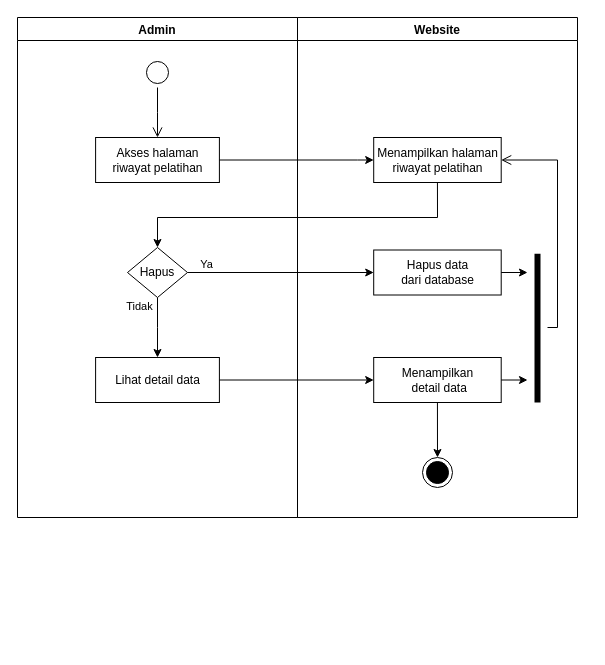
Above: Dokumen TA/Diagram/activity_diagram/admin/admin riwayat pelatihan.drawio in secondline16/ptsuryasafetynusantara (draw.io), before the change. Source tidied: cells renumbered, new cells numbered last; positions are measured from the earlier drawing's top-left corner, leaving out a move shared by most shapes. Both pictures are drawn from the tidied source at 100%, with x=0, y=0 at pixel (17, 17).
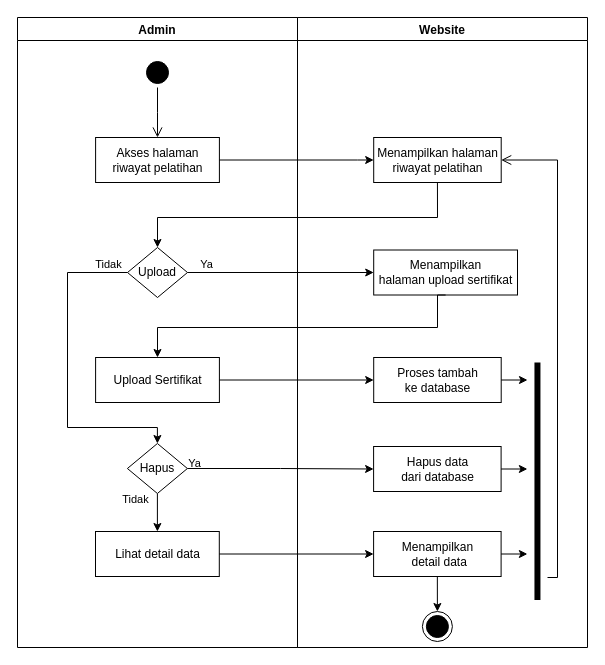
Above is the later version.

The change refers to these unchanged cells:
```xml
<mxCell id="3" value="Menampilkan halaman&lt;br&gt;riwayat pelatihan" style="html=1;strokeColor=#000000;fillColor=default;" parent="2" vertex="1">
  <mxGeometry x="76.2" y="120" width="127.5" height="45" as="geometry" />
</mxCell>
<mxCell id="20" style="edgeStyle=orthogonalEdgeStyle;rounded=0;jettySize=auto;html=1;exitX=1;exitY=0.5;exitDx=0;exitDy=0;entryX=0;entryY=0.5;entryDx=0;entryDy=0;" parent="1" edge="1" source="15" target="5">
  <mxGeometry relative="1" as="geometry" />
</mxCell>
```

Diff of the diagram source:
```diff
@@
     <mxCell id="2" value="Website" style="swimlane;fillColor=none;" parent="1" vertex="1">
-      <mxGeometry x="280" width="280" height="500" as="geometry" />
+      <mxGeometry x="280" width="290" height="630" as="geometry" />
     </mxCell>
@@
-    <mxCell id="4" style="ellipse;html=1;shape=endState;fillColor=#000000;strokeColor=#000000;" parent="2" vertex="1">
-      <mxGeometry x="125" y="440" width="30" height="30" as="geometry" />
-    </mxCell>
+    <mxCell id="25" style="ellipse;html=1;shape=endState;fillColor=#000000;strokeColor=#000000;" parent="2" vertex="1">
+      <mxGeometry x="124.9" y="594" width="30" height="30" as="geometry" />
+    </mxCell>
+    <mxCell id="26" value="Menampilkan &lt;br&gt;halaman upload sertifikat" style="html=1;strokeColor=#000000;fillColor=default;" parent="2" vertex="1">
+      <mxGeometry x="76.2" y="232.5" width="143.8" height="45" as="geometry" />
+    </mxCell>
+    <mxCell id="27" value="Proses tambah&lt;br&gt;ke database" style="html=1;strokeColor=#000000;fillColor=default;" parent="2" vertex="1">
+      <mxGeometry x="76.2" y="340" width="127.5" height="45" as="geometry" />
+    </mxCell>
     <mxCell id="5" value="Hapus data&lt;br&gt;dari database" style="html=1;strokeColor=#000000;fillColor=default;" parent="2" vertex="1">
-      <mxGeometry x="76.2" y="232.5" width="127.5" height="45" as="geometry" />
+      <mxGeometry x="76.1" y="429" width="127.5" height="45" as="geometry" />
     </mxCell>
-    <mxCell id="6" style="edgeStyle=orthogonalEdgeStyle;rounded=0;jettySize=auto;html=1;exitX=0.5;exitY=1;exitDx=0;exitDy=0;entryX=0.5;entryY=0;entryDx=0;entryDy=0;" parent="2" edge="1" source="7" target="4">
-      <mxGeometry relative="1" as="geometry" />
-    </mxCell>
+    <mxCell id="28" style="edgeStyle=orthogonalEdgeStyle;rounded=0;jettySize=auto;html=1;exitX=0.5;exitY=1;exitDx=0;exitDy=0;entryX=0.5;entryY=0;entryDx=0;entryDy=0;" parent="2" edge="1" source="7" target="25">
+      <mxGeometry relative="1" as="geometry" />
+    </mxCell>
-    <mxCell id="7" value="Menampilkan&lt;br&gt;&amp;nbsp;detail data" style="html=1;strokeColor=#000000;fillColor=default;" parent="2" vertex="1">
-      <mxGeometry x="76.2" y="340" width="127.5" height="45" as="geometry" />
+    <mxCell id="7" value="Menampilkan &lt;br&gt;&amp;nbsp;detail data" style="html=1;strokeColor=#000000;fillColor=default;" parent="2" vertex="1">
+      <mxGeometry x="76.1" y="514" width="127.5" height="45" as="geometry" />
     </mxCell>
-    <mxCell id="8" style="shape=line;html=1;strokeWidth=6;strokeColor=#000000;rotation=-90;" parent="2" vertex="1">
-      <mxGeometry x="165.6" y="305.6" width="148.8" height="10" as="geometry" />
-    </mxCell>
-    <mxCell id="9" style="edgeStyle=orthogonalEdgeStyle;html=1;verticalAlign=bottom;endArrow=open;endSize=8;strokeColor=#000000;rounded=0;entryX=1;entryY=0.5;entryDx=0;entryDy=0;" parent="2" edge="1" target="3">
-      <mxGeometry relative="1" as="geometry">
-        <mxPoint x="250" y="310" as="sourcePoint" />
-        <Array as="points">
-          <mxPoint x="260" y="310" />
-          <mxPoint x="260" y="142" />
-        </Array>
-      </mxGeometry>
-    </mxCell>
+    <mxCell id="29" style="shape=line;html=1;strokeWidth=6;strokeColor=#000000;rotation=-90;" parent="2" vertex="1">
+      <mxGeometry x="121.2" y="458.8" width="237.5" height="10" as="geometry" />
+    </mxCell>
+    <mxCell id="30" style="edgeStyle=orthogonalEdgeStyle;html=1;verticalAlign=bottom;endArrow=open;endSize=8;strokeColor=#000000;rounded=0;entryX=1;entryY=0.5;entryDx=0;entryDy=0;" parent="2" edge="1" target="3">
+      <mxGeometry relative="1" as="geometry">
+        <mxPoint x="250" y="560" as="sourcePoint" />
+        <Array as="points">
+          <mxPoint x="260" y="560" />
+          <mxPoint x="260" y="143" />
+        </Array>
+      </mxGeometry>
+    </mxCell>
     <mxCell id="10" value="Admin" style="swimlane;fillColor=none;" parent="1" vertex="1">
-      <mxGeometry width="280" height="500" as="geometry" />
+      <mxGeometry width="280" height="630" as="geometry" />
     </mxCell>
-    <mxCell id="11" style="ellipse;html=1;shape=startState;fillColor=default;strokeColor=#000000;" parent="10" vertex="1">
-      <mxGeometry x="125" y="40" width="30" height="30" as="geometry" />
-    </mxCell>
-    <mxCell id="12" style="edgeStyle=orthogonalEdgeStyle;html=1;verticalAlign=bottom;endArrow=open;endSize=8;strokeColor=#000000;rounded=0;" parent="10" edge="1" source="11">
-      <mxGeometry relative="1" as="geometry">
-        <mxPoint x="140" y="120" as="targetPoint" />
-      </mxGeometry>
-    </mxCell>
+    <mxCell id="31" style="ellipse;html=1;shape=startState;fillColor=#000000;strokeColor=#000000;" parent="10" vertex="1">
+      <mxGeometry x="125" y="40" width="30" height="30" as="geometry" />
+    </mxCell>
+    <mxCell id="32" style="edgeStyle=orthogonalEdgeStyle;html=1;verticalAlign=bottom;endArrow=open;endSize=8;strokeColor=#000000;rounded=0;" parent="10" edge="1" source="31">
+      <mxGeometry relative="1" as="geometry">
+        <mxPoint x="140" y="120" as="targetPoint" />
+      </mxGeometry>
+    </mxCell>
@@
+    <mxCell id="33" style="edgeStyle=orthogonalEdgeStyle;rounded=0;jettySize=auto;html=1;exitX=0;exitY=0.5;exitDx=0;exitDy=0;entryX=0.5;entryY=0;entryDx=0;entryDy=0;" parent="10" edge="1" source="34" target="15">
+      <mxGeometry relative="1" as="geometry">
+        <Array as="points">
+          <mxPoint x="50" y="255" />
+          <mxPoint x="50" y="410" />
+          <mxPoint x="140" y="410" />
+        </Array>
+      </mxGeometry>
+    </mxCell>
+    <mxCell id="34" value="Upload" style="rhombus;whiteSpace=wrap;html=1;" parent="10" vertex="1">
+      <mxGeometry x="110" y="230" width="60" height="50" as="geometry" />
+    </mxCell>
+    <mxCell id="35" value="Upload Sertifikat" style="html=1;strokeColor=#000000;fillColor=default;" parent="10" vertex="1">
+      <mxGeometry x="78.1" y="340" width="123.8" height="45" as="geometry" />
+    </mxCell>
+    <mxCell id="36" value="Tidak" style="edgeLabel;html=1;align=center;verticalAlign=middle;" parent="10" vertex="1">
+      <mxGeometry x="188.9" y="253" as="geometry">
+        <mxPoint x="-98" y="-7" as="offset" />
+      </mxGeometry>
+    </mxCell>
     <mxCell id="14" style="edgeStyle=orthogonalEdgeStyle;rounded=0;jettySize=auto;html=1;exitX=0.5;exitY=1;exitDx=0;exitDy=0;entryX=0.5;entryY=0;entryDx=0;entryDy=0;" parent="10" edge="1" source="15" target="16">
-      <mxGeometry relative="1" as="geometry">
-        <Array as="points">
-          <mxPoint x="140" y="310" />
-          <mxPoint x="140" y="310" />
-        </Array>
-      </mxGeometry>
+      <mxGeometry relative="1" as="geometry" />
     </mxCell>
     <mxCell id="15" value="Hapus" style="rhombus;whiteSpace=wrap;html=1;" parent="10" vertex="1">
-      <mxGeometry x="110" y="230" width="60" height="50" as="geometry" />
+      <mxGeometry x="109.9" y="426" width="60" height="50" as="geometry" />
     </mxCell>
     <mxCell id="16" value="Lihat detail data" style="html=1;strokeColor=#000000;fillColor=default;" parent="10" vertex="1">
-      <mxGeometry x="78.1" y="340" width="123.8" height="45" as="geometry" />
+      <mxGeometry x="78" y="514" width="123.8" height="45" as="geometry" />
     </mxCell>
-    <mxCell id="17" value="Tidak" style="edgeLabel;html=1;align=center;verticalAlign=middle;" parent="10" vertex="1">
-      <mxGeometry x="219" y="295" as="geometry">
-        <mxPoint x="-98" y="-7" as="offset" />
-      </mxGeometry>
-    </mxCell>
+    <mxCell id="37" value="Ya" style="edgeLabel;html=1;align=center;verticalAlign=middle;" parent="10" vertex="1">
+      <mxGeometry x="197.9" y="252" as="geometry">
+        <mxPoint x="-21" y="193" as="offset" />
+      </mxGeometry>
+    </mxCell>
+    <mxCell id="38" value="Tidak" style="edgeLabel;html=1;align=center;verticalAlign=middle;" parent="10" vertex="1">
+      <mxGeometry x="169.9" y="380" as="geometry">
+        <mxPoint x="-52" y="101" as="offset" />
+      </mxGeometry>
+    </mxCell>
@@
-    <mxCell id="19" style="edgeStyle=orthogonalEdgeStyle;rounded=0;jettySize=auto;html=1;exitX=0.5;exitY=1;exitDx=0;exitDy=0;strokeColor=#000000;entryX=0.5;entryY=0;entryDx=0;entryDy=0;" parent="1" edge="1" source="3" target="15">
-      <mxGeometry relative="1" as="geometry">
-        <Array as="points">
-          <mxPoint x="420" y="200" />
-          <mxPoint x="140" y="200" />
-        </Array>
-      </mxGeometry>
-    </mxCell>
+    <mxCell id="39" style="edgeStyle=orthogonalEdgeStyle;rounded=0;jettySize=auto;html=1;exitX=0.5;exitY=1;exitDx=0;exitDy=0;strokeColor=#000000;entryX=0.5;entryY=0;entryDx=0;entryDy=0;" parent="1" edge="1" source="3" target="34">
+      <mxGeometry relative="1" as="geometry">
+        <Array as="points">
+          <mxPoint x="420" y="200" />
+          <mxPoint x="140" y="200" />
+        </Array>
+      </mxGeometry>
+    </mxCell>
+    <mxCell id="40" style="edgeStyle=orthogonalEdgeStyle;rounded=0;jettySize=auto;html=1;exitX=1;exitY=0.5;exitDx=0;exitDy=0;entryX=0;entryY=0.5;entryDx=0;entryDy=0;" parent="1" edge="1" source="34" target="26">
+      <mxGeometry relative="1" as="geometry" />
+    </mxCell>
+    <mxCell id="41" value="Ya" style="edgeLabel;html=1;align=center;verticalAlign=middle;" parent="40" vertex="1">
+      <mxGeometry x="-0.81" y="2" relative="1" as="geometry">
+        <mxPoint y="-7" as="offset" />
+      </mxGeometry>
+    </mxCell>
+    <mxCell id="42" style="edgeStyle=orthogonalEdgeStyle;rounded=0;jettySize=auto;html=1;exitX=0.5;exitY=1;exitDx=0;exitDy=0;entryX=0.5;entryY=0;entryDx=0;entryDy=0;" parent="1" edge="1" source="26" target="35">
+      <mxGeometry relative="1" as="geometry">
+        <Array as="points">
+          <mxPoint x="420" y="310" />
+          <mxPoint x="140" y="310" />
+        </Array>
+      </mxGeometry>
+    </mxCell>
+    <mxCell id="43" style="edgeStyle=orthogonalEdgeStyle;rounded=0;jettySize=auto;html=1;exitX=1;exitY=0.5;exitDx=0;exitDy=0;entryX=0;entryY=0.5;entryDx=0;entryDy=0;" parent="1" edge="1" source="35" target="27">
+      <mxGeometry relative="1" as="geometry" />
+    </mxCell>
@@
-    <mxCell id="21" value="Ya" style="edgeLabel;html=1;align=center;verticalAlign=middle;" parent="20" vertex="1">
-      <mxGeometry x="-0.81" y="2" relative="1" as="geometry">
-        <mxPoint y="-7" as="offset" />
-      </mxGeometry>
-    </mxCell>
@@
-    <mxCell id="23" style="edgeStyle=orthogonalEdgeStyle;rounded=0;jettySize=auto;html=1;exitX=1;exitY=0.5;exitDx=0;exitDy=0;" parent="1" edge="1" source="7">
-      <mxGeometry relative="1" as="geometry">
-        <mxPoint x="510" y="362.3" as="targetPoint" />
-      </mxGeometry>
-    </mxCell>
-    <mxCell id="24" style="edgeStyle=orthogonalEdgeStyle;rounded=0;jettySize=auto;html=1;exitX=1;exitY=0.5;exitDx=0;exitDy=0;" parent="1" edge="1" source="5">
-      <mxGeometry relative="1" as="geometry">
-        <mxPoint x="510" y="255.5" as="targetPoint" />
-      </mxGeometry>
-    </mxCell>
+    <mxCell id="44" style="edgeStyle=orthogonalEdgeStyle;rounded=0;jettySize=auto;html=1;exitX=1;exitY=0.5;exitDx=0;exitDy=0;" parent="1" edge="1" source="7">
+      <mxGeometry relative="1" as="geometry">
+        <mxPoint x="509.9" y="536.3" as="targetPoint" />
+      </mxGeometry>
+    </mxCell>
+    <mxCell id="45" style="edgeStyle=orthogonalEdgeStyle;rounded=0;jettySize=auto;html=1;exitX=1;exitY=0.5;exitDx=0;exitDy=0;" parent="1" edge="1" source="5">
+      <mxGeometry relative="1" as="geometry">
+        <mxPoint x="509.9" y="451.7" as="targetPoint" />
+      </mxGeometry>
+    </mxCell>
+    <mxCell id="46" style="edgeStyle=orthogonalEdgeStyle;rounded=0;jettySize=auto;html=1;exitX=1;exitY=0.5;exitDx=0;exitDy=0;" parent="1" edge="1" source="27">
+      <mxGeometry relative="1" as="geometry">
+        <mxPoint x="510" y="362.3" as="targetPoint" />
+      </mxGeometry>
+    </mxCell>
```
